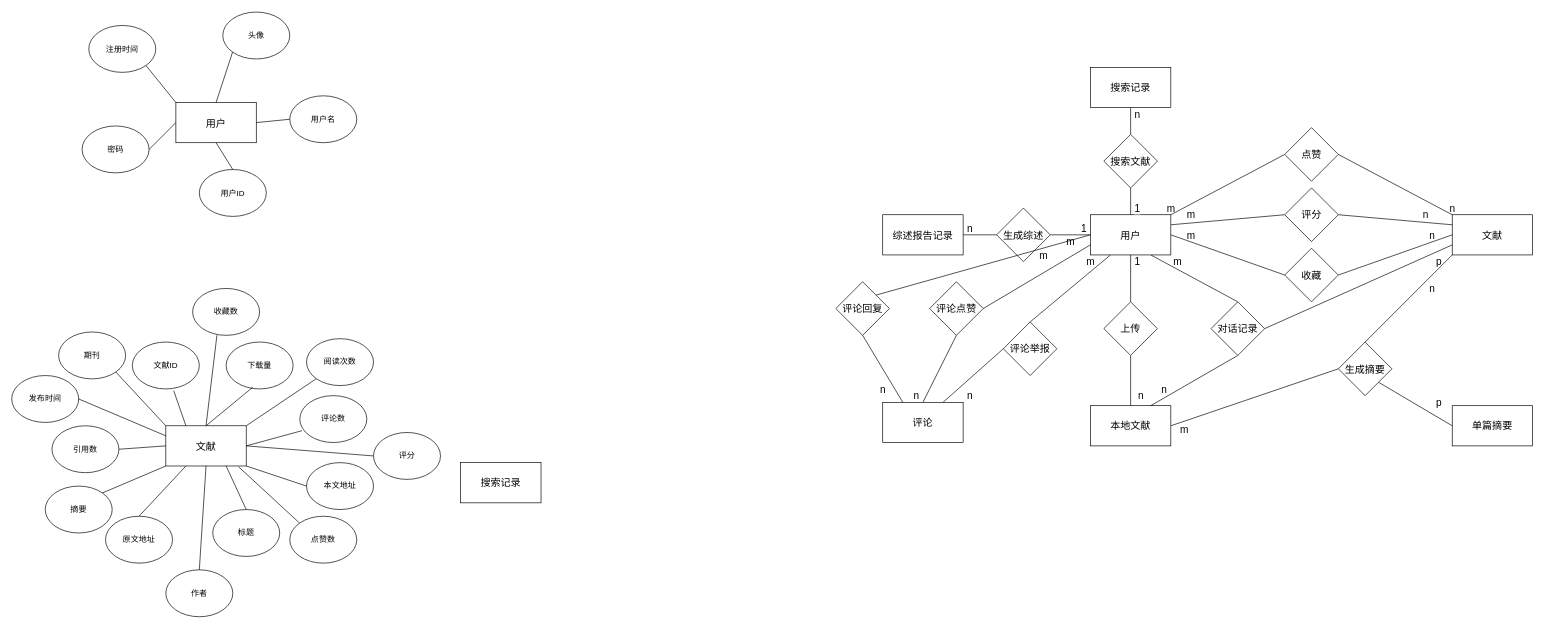
Before: 2024-BUAA-SE/数据库设计/数据库表.drawio in jongsh/drawio, a draw.io diagram. Source tidied: cells renumbered, new cells numbered last; positions are measured from the earlier drawing's top-left corner, leaving out a move shared by most shapes. Both pictures are drawn from the tidied source at 67%, with x=0, y=0 at pixel (11, 12).
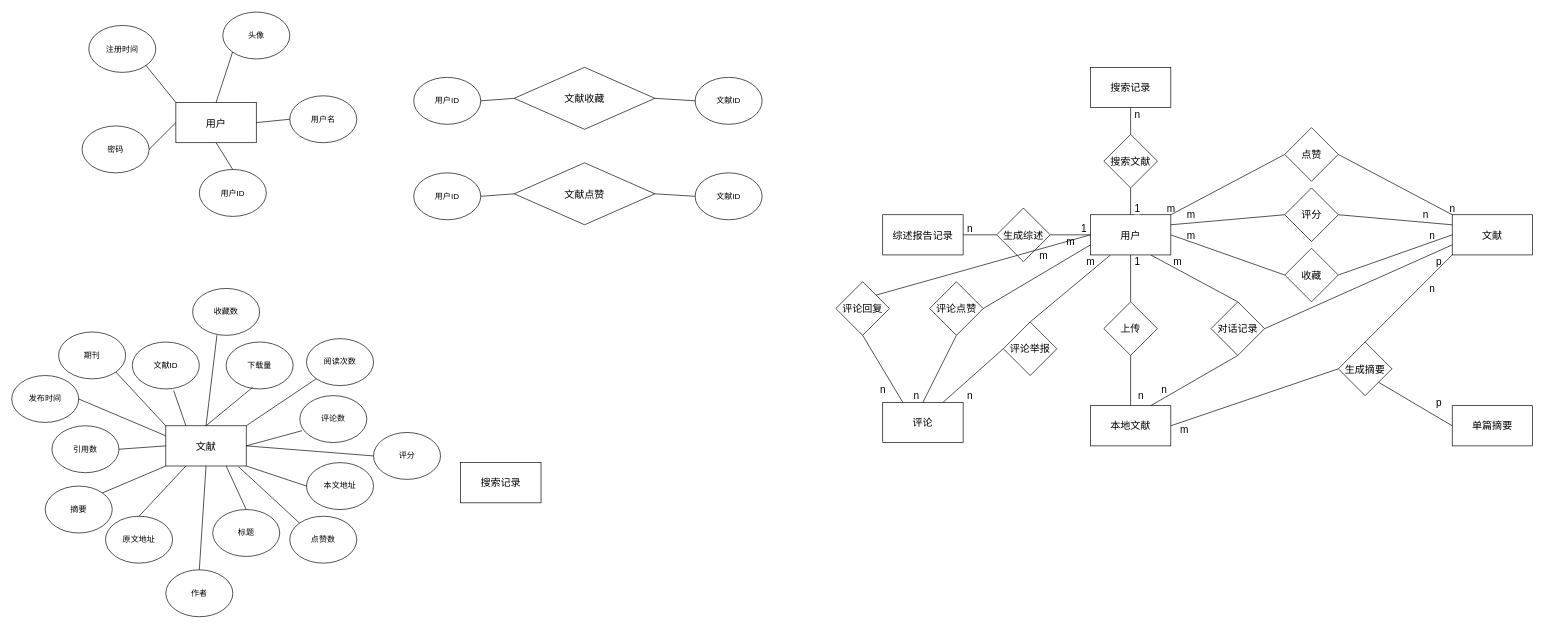
Above is the later version.

Commit message (it also covers changes not shown here):
更新数据库表.drawio

Change to the diagram source:
```diff
@@
+    <mxCell id="111" value="文献收藏" style="rhombus;whiteSpace=wrap;html=1;fontSize=15;" parent="1" vertex="1">
+      <mxGeometry x="750" y="82" width="210" height="92.5" as="geometry" />
+    </mxCell>
+    <mxCell id="112" value="用户ID" style="ellipse;whiteSpace=wrap;html=1;" parent="1" vertex="1">
+      <mxGeometry x="600" y="97" width="100" height="70" as="geometry" />
+    </mxCell>
+    <mxCell id="113" value="文献ID" style="ellipse;whiteSpace=wrap;html=1;" parent="1" vertex="1">
+      <mxGeometry x="1020" y="97" width="100" height="70" as="geometry" />
+    </mxCell>
+    <mxCell id="114" style="endArrow=none;html=1;rounded=0;entryX=0;entryY=0.5;entryDx=0;entryDy=0;exitX=1;exitY=0.5;exitDx=0;exitDy=0;" parent="1" edge="1" source="111" target="113">
+      <mxGeometry relative="1" as="geometry" />
+    </mxCell>
+    <mxCell id="115" style="endArrow=none;html=1;rounded=0;entryX=0;entryY=0.5;entryDx=0;entryDy=0;exitX=1;exitY=0.5;exitDx=0;exitDy=0;" parent="1" edge="1" source="112" target="111">
+      <mxGeometry relative="1" as="geometry" />
+    </mxCell>
+    <mxCell id="116" value="文献点赞" style="rhombus;whiteSpace=wrap;html=1;fontSize=15;" parent="1" vertex="1">
+      <mxGeometry x="750" y="224.5" width="210" height="92.5" as="geometry" />
+    </mxCell>
+    <mxCell id="117" value="用户ID" style="ellipse;whiteSpace=wrap;html=1;" parent="1" vertex="1">
+      <mxGeometry x="600" y="239.5" width="100" height="70" as="geometry" />
+    </mxCell>
+    <mxCell id="118" value="文献ID" style="ellipse;whiteSpace=wrap;html=1;" parent="1" vertex="1">
+      <mxGeometry x="1020" y="239.5" width="100" height="70" as="geometry" />
+    </mxCell>
+    <mxCell id="119" style="endArrow=none;html=1;rounded=0;entryX=0;entryY=0.5;entryDx=0;entryDy=0;exitX=1;exitY=0.5;exitDx=0;exitDy=0;" parent="1" edge="1" source="116" target="118">
+      <mxGeometry relative="1" as="geometry" />
+    </mxCell>
+    <mxCell id="120" style="endArrow=none;html=1;rounded=0;entryX=0;entryY=0.5;entryDx=0;entryDy=0;exitX=1;exitY=0.5;exitDx=0;exitDy=0;" parent="1" edge="1" source="117" target="116">
+      <mxGeometry relative="1" as="geometry" />
+    </mxCell>
```
